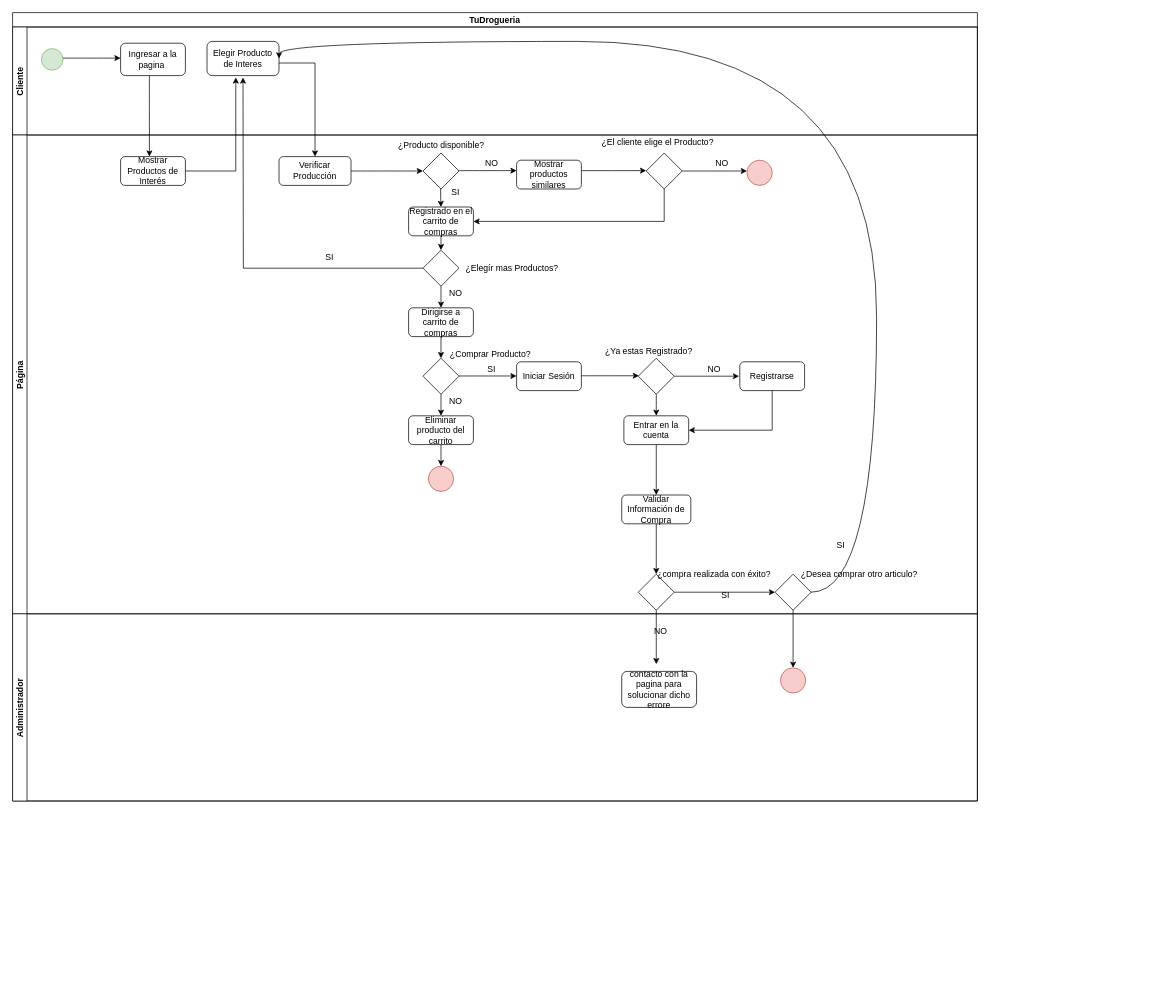
This is Drogeria.drawio from ItsJulian777/Drogueria, a draw.io file, before an edit. Source tidied: cells renumbered, new cells numbered last; positions are measured from the earlier drawing's top-left corner, leaving out a move shared by most shapes. Both pictures are drawn from the tidied source at 72%, with x=0, y=0 at pixel (12, 12).
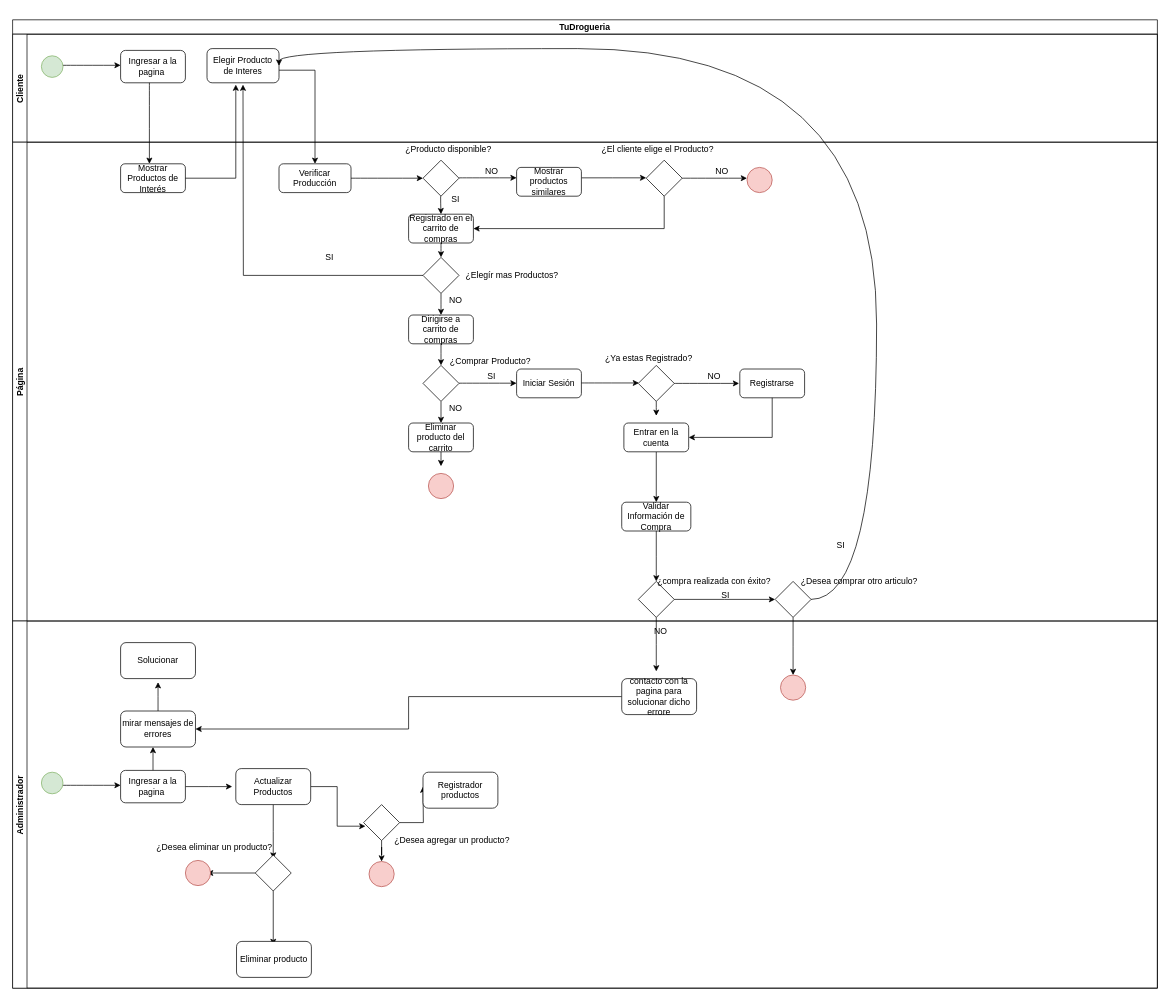
After the change.

The change refers to these unchanged cells:
```xml
<mxCell id="63" value="contacto con la pagina para solucionar dicho errore" style="whiteSpace=wrap;html=1;rounded=1;" parent="62" vertex="1">
  <mxGeometry x="846" y="80" width="104" height="50" as="geometry" />
</mxCell>
```

What changed in the source:
```diff
@@
     <mxCell id="2" value="TuDrogueria " style="swimlane;horizontal=1;startSize=20;" parent="1" vertex="1">
-      <mxGeometry width="1340" height="1095" as="geometry" />
+      <mxGeometry y="10" width="1590" height="1345" as="geometry" />
     </mxCell>
     <mxCell id="3" value="&#10;Cliente&#10;" style="swimlane;startSize=20;horizontal=0;" parent="2" vertex="1">
-      <mxGeometry y="20" width="1340" height="150" as="geometry" />
+      <mxGeometry y="20" width="1590" height="150" as="geometry" />
     </mxCell>
@@
     <mxCell id="10" value="Página" style="swimlane;startSize=20;horizontal=0;" parent="2" vertex="1">
-      <mxGeometry y="170" width="1340" height="665" as="geometry" />
+      <mxGeometry y="170" width="1590" height="665" as="geometry" />
     </mxCell>
@@
     <mxCell id="29" value="¿Producto disponible? " style="text;html=1;align=center;verticalAlign=middle;strokeColor=none;fillColor=none;" parent="10" vertex="1">
-      <mxGeometry x="530" y="5" width="130" height="20" as="geometry" />
+      <mxGeometry x="540" width="130" height="20" as="geometry" />
     </mxCell>
@@
     <mxCell id="62" value="Administrador" style="swimlane;startSize=20;horizontal=0;" parent="2" vertex="1">
-      <mxGeometry y="835" width="1340" height="260" as="geometry" />
+      <mxGeometry y="835" width="1590" height="510" as="geometry" />
     </mxCell>
+    <mxCell id="75" style="edgeStyle=orthogonalEdgeStyle;rounded=0;jettySize=auto;html=1;entryX=1;entryY=0.5;entryDx=0;entryDy=0;" parent="62" edge="1" source="63" target="97">
+      <mxGeometry relative="1" as="geometry" />
+    </mxCell>
@@
+    <mxCell id="76" style="ellipse;whiteSpace=wrap;html=1;fillColor=#d5e8d4;strokeColor=#82b366;" parent="62" vertex="1">
+      <mxGeometry x="40" y="210" width="30" height="30" as="geometry" />
+    </mxCell>
+    <mxCell id="77" style="edgeStyle=orthogonalEdgeStyle;rounded=0;jettySize=auto;html=1;" parent="62" edge="1" source="79">
+      <mxGeometry relative="1" as="geometry">
+        <mxPoint x="305" y="230" as="targetPoint" />
+      </mxGeometry>
+    </mxCell>
+    <mxCell id="78" style="edgeStyle=orthogonalEdgeStyle;rounded=0;jettySize=auto;html=1;" parent="62" edge="1" source="79">
+      <mxGeometry relative="1" as="geometry">
+        <mxPoint x="195" y="175" as="targetPoint" />
+      </mxGeometry>
+    </mxCell>
+    <mxCell id="79" value="Ingresar a la pagina&amp;nbsp;" style="rounded=1;whiteSpace=wrap;html=1;" parent="62" vertex="1">
+      <mxGeometry x="150" y="207.5" width="90" height="45" as="geometry" />
+    </mxCell>
+    <mxCell id="80" style="curved=1;endArrow=classic;html=1;rounded=0;edgeStyle=orthogonalEdgeStyle;entryX=0;entryY=0.5;entryDx=0;entryDy=0;" parent="62" edge="1">
+      <mxGeometry relative="1" as="geometry">
+        <mxPoint x="70" y="228.3" as="sourcePoint" />
+        <mxPoint x="150" y="228.2" as="targetPoint" />
+        <Array as="points">
+          <mxPoint x="150" y="228.2" />
+        </Array>
+      </mxGeometry>
+    </mxCell>
+    <mxCell id="81" style="edgeStyle=orthogonalEdgeStyle;rounded=0;jettySize=auto;html=1;entryX=0.05;entryY=0.6;entryDx=0;entryDy=0;entryPerimeter=0;" parent="62" edge="1" source="83" target="87">
+      <mxGeometry relative="1" as="geometry" />
+    </mxCell>
+    <mxCell id="82" style="edgeStyle=orthogonalEdgeStyle;rounded=0;jettySize=auto;html=1;" parent="62" edge="1" source="83">
+      <mxGeometry relative="1" as="geometry">
+        <mxPoint x="362" y="330" as="targetPoint" />
+      </mxGeometry>
+    </mxCell>
+    <mxCell id="83" value="Actualizar Productos" style="whiteSpace=wrap;html=1;rounded=1;" parent="62" vertex="1">
+      <mxGeometry x="310" y="205" width="104" height="50" as="geometry" />
+    </mxCell>
+    <mxCell id="84" value="¿Desea agregar un producto?" style="text;html=1;align=center;verticalAlign=middle;strokeColor=none;fillColor=none;" parent="62" vertex="1">
+      <mxGeometry x="520" y="295" width="180" height="20" as="geometry" />
+    </mxCell>
+    <mxCell id="85" style="edgeStyle=orthogonalEdgeStyle;rounded=0;jettySize=auto;html=1;entryX=0.5;entryY=0;entryDx=0;entryDy=0;" parent="62" edge="1" source="87" target="88">
+      <mxGeometry relative="1" as="geometry" />
+    </mxCell>
+    <mxCell id="86" style="edgeStyle=orthogonalEdgeStyle;rounded=0;jettySize=auto;html=1;" parent="62" edge="1" source="87">
+      <mxGeometry relative="1" as="geometry">
+        <mxPoint x="570" y="230" as="targetPoint" />
+      </mxGeometry>
+    </mxCell>
+    <mxCell id="87" style="rhombus;whiteSpace=wrap;html=1;" parent="62" vertex="1">
+      <mxGeometry x="487.5" y="255" width="50" height="50" as="geometry" />
+    </mxCell>
+    <mxCell id="88" style="ellipse;whiteSpace=wrap;html=1;fillColor=#f8cecc;strokeColor=#b85450;" parent="62" vertex="1">
+      <mxGeometry x="495" y="334" width="35" height="35" as="geometry" />
+    </mxCell>
+    <mxCell id="89" value="Registrador productos" style="whiteSpace=wrap;html=1;rounded=1;" parent="62" vertex="1">
+      <mxGeometry x="570" y="210" width="104" height="50" as="geometry" />
+    </mxCell>
+    <mxCell id="90" style="edgeStyle=orthogonalEdgeStyle;rounded=0;jettySize=auto;html=1;" parent="62" edge="1" source="92">
+      <mxGeometry relative="1" as="geometry">
+        <mxPoint x="270" y="350" as="targetPoint" />
+        <Array as="points">
+          <mxPoint x="280" y="350" />
+        </Array>
+      </mxGeometry>
+    </mxCell>
+    <mxCell id="91" style="edgeStyle=orthogonalEdgeStyle;rounded=0;jettySize=auto;html=1;" parent="62" edge="1" source="92">
+      <mxGeometry relative="1" as="geometry">
+        <mxPoint x="362" y="450" as="targetPoint" />
+      </mxGeometry>
+    </mxCell>
+    <mxCell id="92" style="rhombus;whiteSpace=wrap;html=1;" parent="62" vertex="1">
+      <mxGeometry x="337" y="325" width="50" height="50" as="geometry" />
+    </mxCell>
+    <mxCell id="93" value="&lt;font&gt;¿Desea eliminar un producto?&lt;/font&gt;" style="text;html=1;align=center;verticalAlign=middle;strokeColor=none;fillColor=none;" parent="62" vertex="1">
+      <mxGeometry x="190" y="305" width="180" height="20" as="geometry" />
+    </mxCell>
+    <mxCell id="94" style="ellipse;whiteSpace=wrap;html=1;fillColor=#f8cecc;strokeColor=#b85450;" parent="62" vertex="1">
+      <mxGeometry x="240" y="332.5" width="35" height="35" as="geometry" />
+    </mxCell>
+    <mxCell id="95" value="Eliminar producto" style="whiteSpace=wrap;html=1;rounded=1;" parent="62" vertex="1">
+      <mxGeometry x="311" y="445" width="104" height="50" as="geometry" />
+    </mxCell>
+    <mxCell id="96" style="edgeStyle=orthogonalEdgeStyle;rounded=0;jettySize=auto;html=1;" parent="62" edge="1" source="97">
+      <mxGeometry relative="1" as="geometry">
+        <mxPoint x="202" y="85" as="targetPoint" />
+      </mxGeometry>
+    </mxCell>
+    <mxCell id="97" value="mirar mensajes de errores" style="whiteSpace=wrap;html=1;rounded=1;" parent="62" vertex="1">
+      <mxGeometry x="150" y="125" width="104" height="50" as="geometry" />
+    </mxCell>
+    <mxCell id="98" value="Solucionar" style="whiteSpace=wrap;html=1;rounded=1;" parent="62" vertex="1">
+      <mxGeometry x="150" y="30" width="104" height="50" as="geometry" />
+    </mxCell>
```
